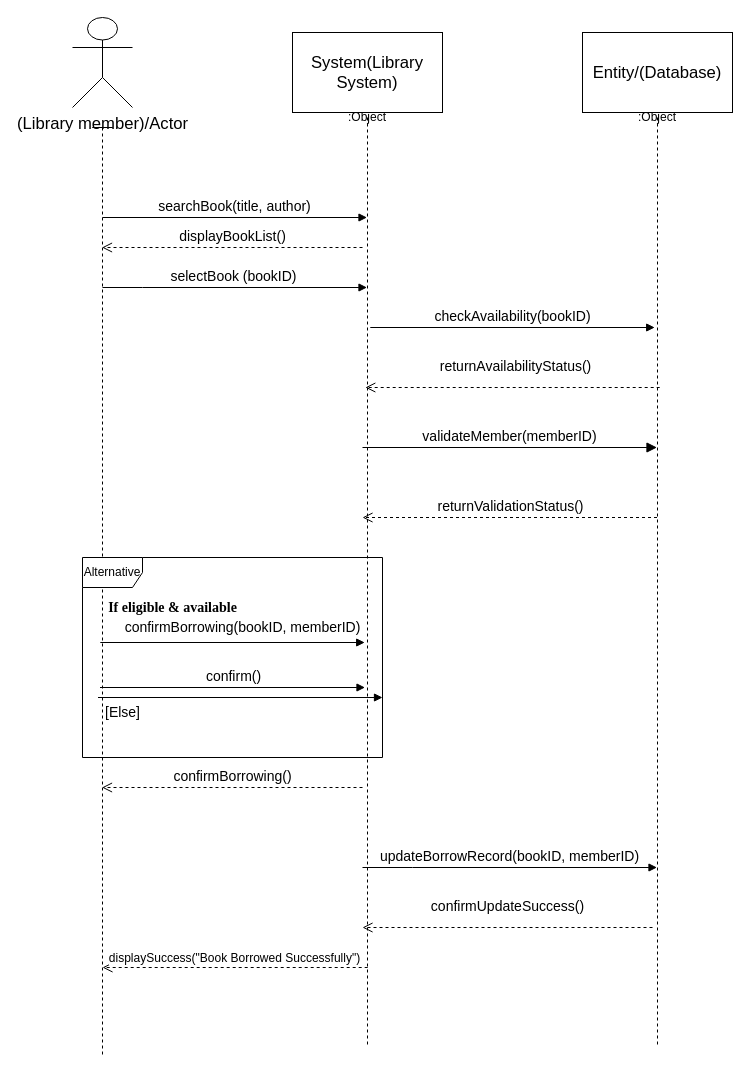
This is Untitled Diagram.drawio from namithaprasad5/Sales_Predictor, a draw.io file, before an edit. Source tidied: cells renumbered, new cells numbered last; positions are measured from the earlier drawing's top-left corner, leaving out a move shared by most shapes. Both pictures are drawn from the tidied source at 100%, with x=0, y=0 at pixel (72, 17).
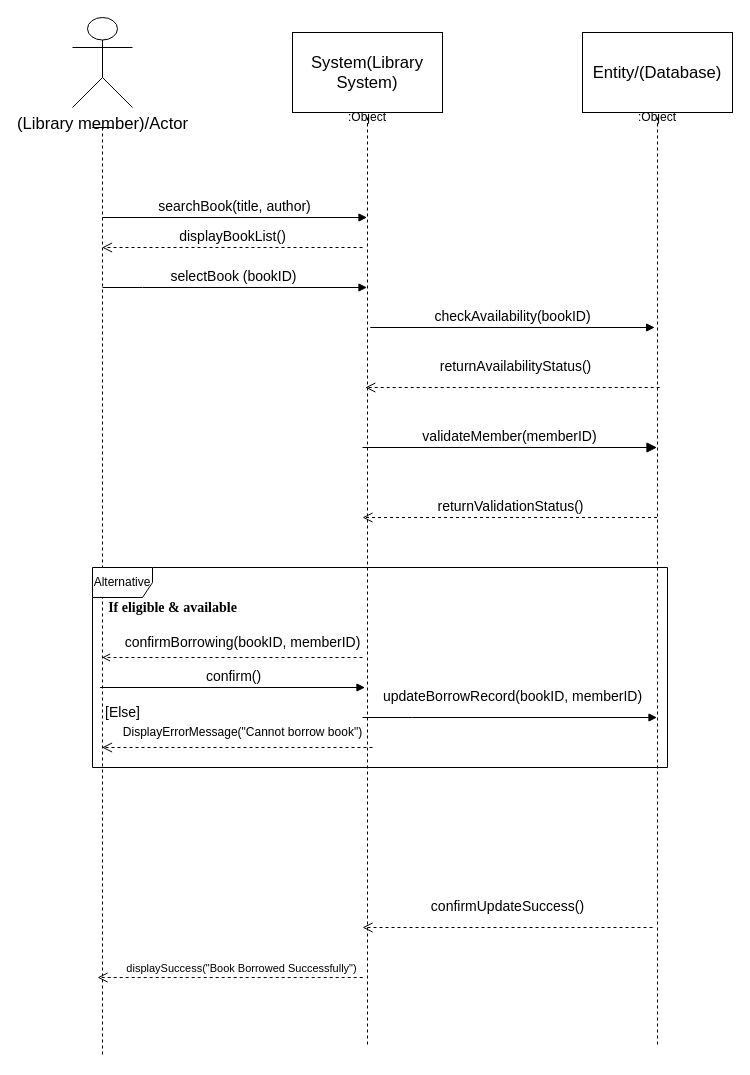
After the change.

The change refers to these unchanged cells:
```xml
<mxCell id="7" style="shape=umlLifeline;perimeter=lifelinePerimeter;whiteSpace=wrap;html=1;outlineConnect=0;portConstraint=eastwest;newEdgeStyle={&quot;curved&quot;:0,&quot;rounded&quot;:0};participant=umlActor;size=0;" parent="1" vertex="1">
  <mxGeometry x="20" y="110" width="20" height="930" as="geometry" />
</mxCell>
```

Diff of the diagram source:
```diff
@@
-    <mxCell id="14" value="&lt;font style=&quot;font-size: 14px;&quot;&gt;confirmBorrowing()&lt;/font&gt;" style="html=1;verticalAlign=bottom;endArrow=open;dashed=1;endSize=8;curved=0;rounded=0;" parent="1" edge="1">
-      <mxGeometry relative="1" as="geometry">
-        <mxPoint x="290" y="770" as="sourcePoint" />
-        <mxPoint x="29.5" y="770" as="targetPoint" />
-        <Array as="points">
-          <mxPoint x="250" y="770" />
-        </Array>
-      </mxGeometry>
-    </mxCell>
@@
     <mxCell id="16" value="&lt;font style=&quot;font-size: 14px;&quot;&gt;updateBorrowRecord(bookID, memberID)&lt;/font&gt;" style="html=1;verticalAlign=bottom;endArrow=block;curved=0;rounded=0;" parent="1" edge="1">
-      <mxGeometry relative="1" as="geometry">
-        <mxPoint x="290" y="850" as="sourcePoint" />
-        <mxPoint x="584.5" y="850" as="targetPoint" />
+      <mxGeometry x="0.02" y="10" relative="1" as="geometry">
+        <mxPoint x="290" y="700" as="sourcePoint" />
+        <mxPoint x="584.5" y="700" as="targetPoint" />
         <Array as="points">
-          <mxPoint x="340" y="850" />
+          <mxPoint x="340" y="700" />
         </Array>
       </mxGeometry>
     </mxCell>
-    <mxCell id="17" value="&lt;font style=&quot;font-size: 12px;&quot;&gt;displaySuccess(&quot;Book Borrowed Successfully&quot;)&lt;/font&gt;" style="html=1;verticalAlign=bottom;endArrow=open;dashed=1;endSize=8;curved=0;rounded=0;" parent="1" edge="1">
-      <mxGeometry relative="1" as="geometry">
-        <mxPoint x="295.2" y="950" as="sourcePoint" />
-        <mxPoint x="30" y="950" as="targetPoint" />
-        <Array as="points">
-          <mxPoint x="170.8" y="950" />
-        </Array>
+    <mxCell id="17" value="&lt;font style=&quot;font-size: 11px;&quot;&gt;displaySuccess(&quot;Book Borrowed Successfully&quot;)&lt;/font&gt;" style="html=1;verticalAlign=bottom;endArrow=open;dashed=1;endSize=8;curved=0;rounded=0;" parent="1" edge="1">
+      <mxGeometry x="-0.09" relative="1" as="geometry">
+        <mxPoint x="290.2" y="960" as="sourcePoint" />
+        <mxPoint x="25" y="960" as="targetPoint" />
       </mxGeometry>
     </mxCell>
     <mxCell id="18" value="Alternative" style="shape=umlFrame;whiteSpace=wrap;html=1;" parent="1" vertex="1">
-      <mxGeometry x="10" y="540" width="300" height="200" as="geometry" />
+      <mxGeometry x="20" y="550" width="575" height="200" as="geometry" />
     </mxCell>
-    <mxCell id="19" style="html=1;verticalAlign=bottom;endArrow=block;curved=0;rounded=0;" parent="1" edge="1">
-      <mxGeometry relative="1" as="geometry">
-        <mxPoint x="27.8" y="625" as="sourcePoint" />
-        <mxPoint x="292.2" y="625" as="targetPoint" />
-      </mxGeometry>
-    </mxCell>
@@
-    <mxCell id="21" style="html=1;verticalAlign=bottom;endArrow=block;curved=0;rounded=0;" parent="1" edge="1">
-      <mxGeometry x="-0.05" y="10" relative="1" as="geometry">
-        <mxPoint x="25.5" y="680" as="sourcePoint" />
-        <mxPoint x="310" y="680" as="targetPoint" />
-      </mxGeometry>
-    </mxCell>
@@
     <mxCell id="25" value="&lt;span style=&quot;font-size: 14px; background-color: rgb(255, 255, 255);&quot;&gt;confirmBorrowing(bookID, memberID)&lt;/span&gt;" style="text;html=1;align=center;verticalAlign=middle;strokeColor=none;fillColor=none;" parent="1" vertex="1">
-      <mxGeometry x="40" y="595" width="260" height="30" as="geometry" />
+      <mxGeometry x="40" y="610" width="260" height="30" as="geometry" />
     </mxCell>
+    <mxCell id="26" style="html=1;verticalAlign=bottom;endArrow=open;dashed=1;curved=0;rounded=0;" parent="1" edge="1" target="7">
+      <mxGeometry relative="1" as="geometry">
+        <mxPoint x="290" y="640" as="sourcePoint" />
+      </mxGeometry>
+    </mxCell>
+    <mxCell id="27" style="html=1;verticalAlign=bottom;endArrow=open;dashed=1;endSize=8;curved=0;rounded=0;" parent="1" edge="1" target="7">
+      <mxGeometry x="-0.04" y="-10" relative="1" as="geometry">
+        <mxPoint x="300" y="730" as="sourcePoint" />
+      </mxGeometry>
+    </mxCell>
+    <mxCell id="28" value="DisplayErrorMessage(&quot;Cannot borrow book&quot;)" style="text;html=1;align=center;verticalAlign=middle;strokeColor=none;fillColor=none;" parent="1" vertex="1">
+      <mxGeometry x="40" y="700" width="260" height="30" as="geometry" />
+    </mxCell>
```
